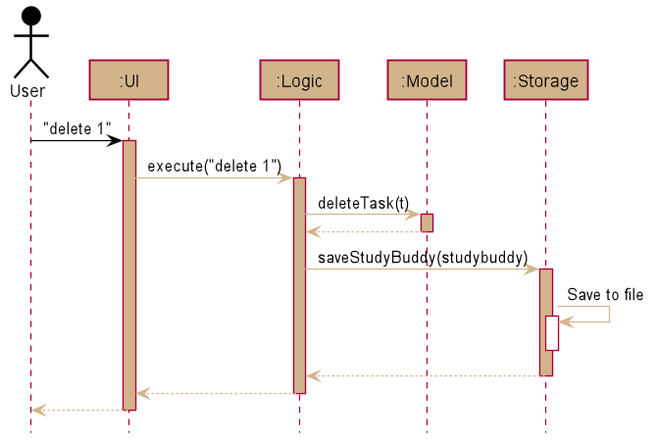
Above: images/ArchitectureSequenceDiagram.png in AY1920S2-CS2103T-W16-3/main (PlantUML), before the change. Source of this version:
```plantuml
@startuml








skinparam BackgroundColor #FFFFFFF

skinparam Shadowing false

skinparam Class {
    FontColor #000000
    BorderThickness 1
    BorderColor #FFFFFF
    StereotypeFontColor #FFFFFF
    FontName Arial
}

skinparam Actor {
    BorderColor #000000
    Color #000000
    FontName Arial
}

skinparam Sequence {
    MessageAlign center
    BoxFontSize 15
    BoxPadding 0
    BoxFontColor #000000
    FontName Arial
}

skinparam Participant {
    FontColor #000000
    Padding 20
}

skinparam MinClassWidth 50
skinparam ParticipantPadding 10
skinparam Shadowing false
skinparam DefaultTextAlignment center
skinparam packageStyle Rectangle

hide footbox
hide members
hide circle

Actor User as user #000000
Participant ":UI" as ui #D2B48C
Participant ":Logic" as logic #D2B48C
Participant ":Model" as model #D2B48C
Participant ":Storage" as storage #D2B48C

user -[#000000]> ui : "delete 1"
activate ui #D2B48C

ui -[#D2B48C]> logic : execute("delete 1")
activate logic #D2B48C

logic -[#D2B48C]> model : deleteTask(t)
activate model #D2B48C

model -[#D2B48C]-> logic
deactivate model

logic -[#D2B48C]> storage : saveStudyBuddy(studybuddy)
activate storage #D2B48C

storage -[#D2B48C]> storage : Save to file
activate storage #FFFFFF
deactivate storage

storage --[#D2B48C]> logic
deactivate storage

logic --[#D2B48C]> ui
deactivate logic

ui--[#D2B48C]> user
deactivate ui
@enduml
```
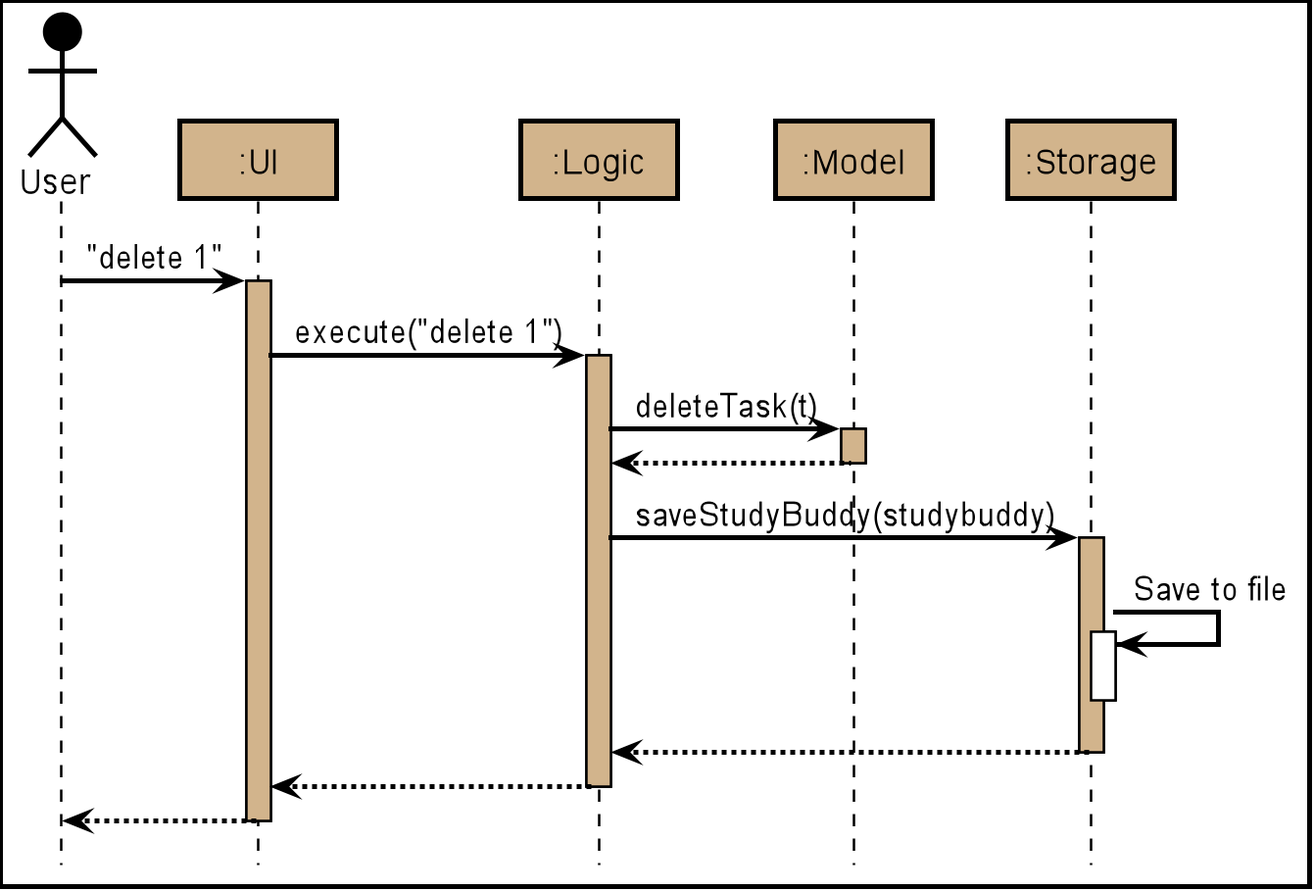
After the commit.

Change to the diagram source:
```diff
@@ -48,37 +48,46 @@
 hide members
 hide circle
 
+skinparam arrowColor #black
+skinparam SequenceBoxBorderColor #black
+skinparam SequenceParticipantBorderThickness 2
+skinparam SequenceReferenceBorderThickness 2
+skinparam DiagramBorderThickness 2
+skinparam SequenceArrowThickness 2
+skinparam SequenceLifeLineBorderColor #black
+skinparam ParticipantBorderColor #black
+
 Actor User as user #000000
 Participant ":UI" as ui #D2B48C
 Participant ":Logic" as logic #D2B48C
 Participant ":Model" as model #D2B48C
 Participant ":Storage" as storage #D2B48C
 
-user -[#000000]> ui : "delete 1"
+user -> ui : "delete 1"
 activate ui #D2B48C
 
-ui -[#D2B48C]> logic : execute("delete 1")
+ui -> logic : execute("delete 1")
 activate logic #D2B48C
 
-logic -[#D2B48C]> model : deleteTask(t)
+logic -> model : deleteTask(t)
 activate model #D2B48C
 
-model -[#D2B48C]-> logic
+model --> logic
 deactivate model
 
-logic -[#D2B48C]> storage : saveStudyBuddy(studybuddy)
+logic -> storage : saveStudyBuddy(studybuddy)
 activate storage #D2B48C
 
-storage -[#D2B48C]> storage : Save to file
+storage -> storage : Save to file
 activate storage #FFFFFF
 deactivate storage
 
-storage --[#D2B48C]> logic
+storage --> logic
 deactivate storage
 
-logic --[#D2B48C]> ui
+logic --> ui
 deactivate logic
 
-ui--[#D2B48C]> user
+ui--> user
 deactivate ui
 @enduml
```
